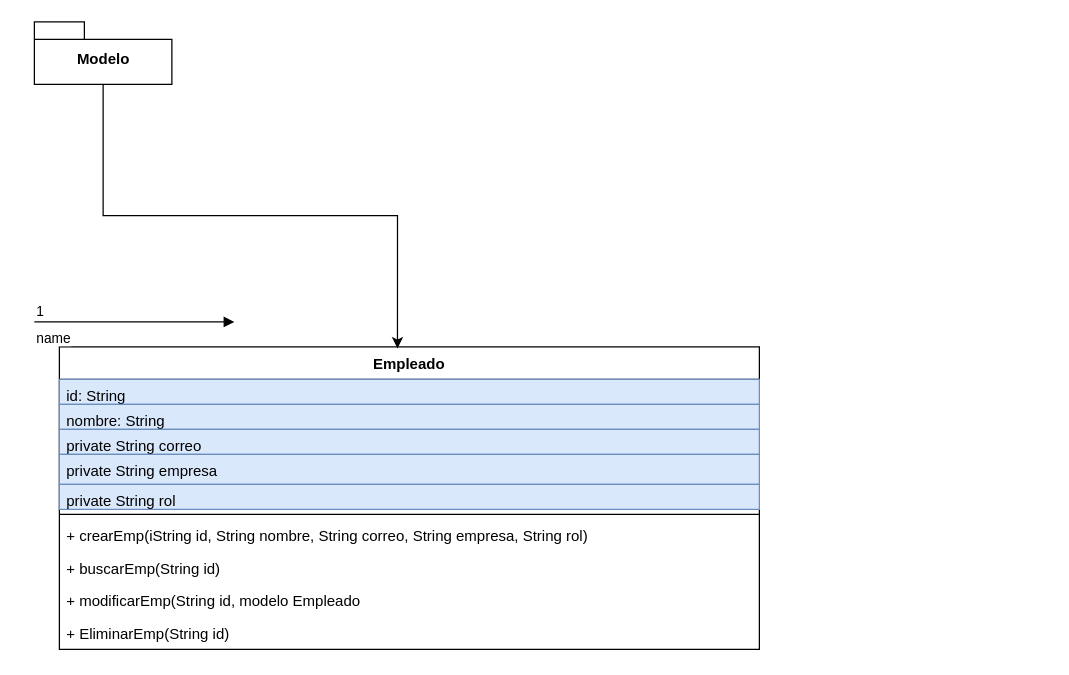
This is ModeladoEmpleado.drawio from creativemindsmintic/app, a draw.io file, before an edit. Source tidied: cells renumbered, new cells numbered last; positions are measured from the earlier drawing's top-left corner, leaving out a move shared by most shapes. Both pictures are drawn from the tidied source at 125%, with x=0, y=0 at pixel (34, 21).
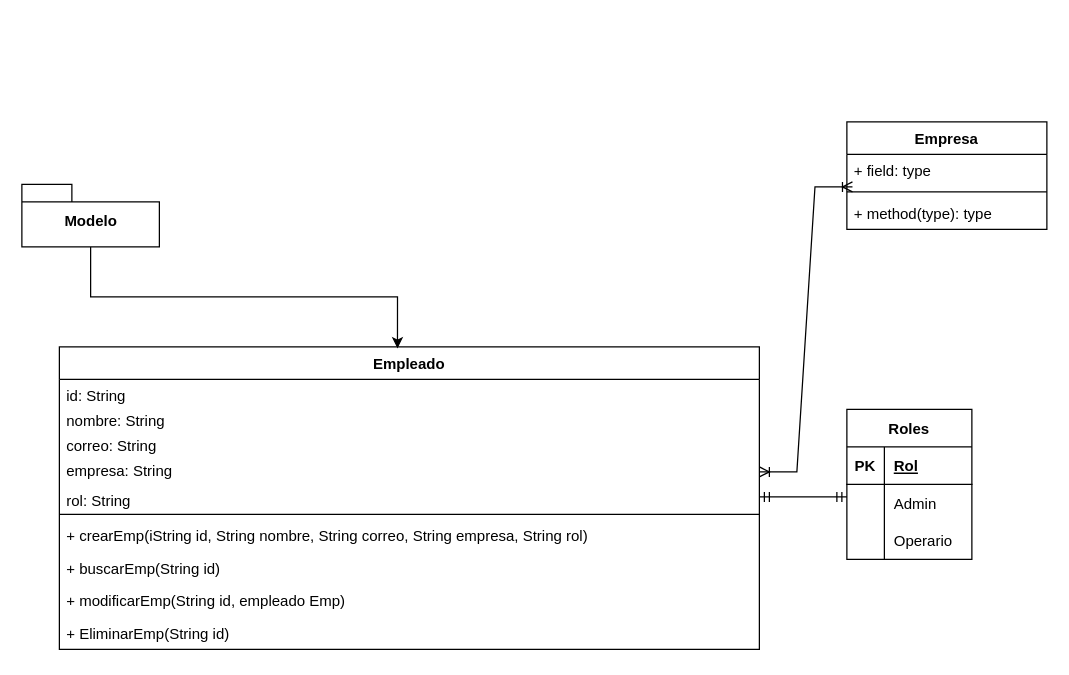
The same page after the edit.

Unchanged cells that the change refers to:
```xml
<mxCell id="2" value="Empleado" style="swimlane;fontStyle=1;align=center;verticalAlign=top;horizontal=1;startSize=26;" parent="1" vertex="1">
  <mxGeometry x="20" y="260" width="560" height="242" as="geometry" />
</mxCell>
```

Change to the diagram source:
```diff
@@
-    <mxCell id="3" value="id: String" style="text;strokeColor=#6c8ebf;fillColor=#dae8fc;align=left;verticalAlign=top;spacingLeft=4;spacingRight=4;overflow=hidden;" parent="2" vertex="1">
+    <mxCell id="3" value="id: String" style="text;align=left;verticalAlign=top;spacingLeft=4;spacingRight=4;overflow=hidden;" parent="2" vertex="1">
       <mxGeometry y="26" width="560" height="20" as="geometry" />
     </mxCell>
-    <mxCell id="4" value="nombre: String" style="text;strokeColor=#6c8ebf;fillColor=#dae8fc;align=left;verticalAlign=top;spacingLeft=4;spacingRight=4;overflow=hidden;" parent="2" vertex="1">
+    <mxCell id="4" value="nombre: String" style="text;align=left;verticalAlign=top;spacingLeft=4;spacingRight=4;overflow=hidden;" parent="2" vertex="1">
       <mxGeometry y="46" width="560" height="20" as="geometry" />
     </mxCell>
-    <mxCell id="5" value="private String correo&#10;" style="text;strokeColor=#6c8ebf;fillColor=#dae8fc;align=left;verticalAlign=top;spacingLeft=4;spacingRight=4;overflow=hidden;" parent="2" vertex="1">
+    <mxCell id="5" value="correo: String&#10;" style="text;align=left;verticalAlign=top;spacingLeft=4;spacingRight=4;overflow=hidden;" parent="2" vertex="1">
       <mxGeometry y="66" width="560" height="20" as="geometry" />
     </mxCell>
-    <mxCell id="6" value="private String empresa" style="text;strokeColor=#6c8ebf;fillColor=#dae8fc;align=left;verticalAlign=top;spacingLeft=4;spacingRight=4;overflow=hidden;" parent="2" vertex="1">
+    <mxCell id="6" value="empresa: String" style="text;align=left;verticalAlign=top;spacingLeft=4;spacingRight=4;overflow=hidden;" parent="2" vertex="1">
       <mxGeometry y="86" width="560" height="24" as="geometry" />
     </mxCell>
-    <mxCell id="7" value="private String rol" style="text;strokeColor=#6c8ebf;fillColor=#dae8fc;align=left;verticalAlign=top;spacingLeft=4;spacingRight=4;overflow=hidden;points=[[0,0.5],[1,0.5]];portConstraint=eastwest;" parent="2" vertex="1">
+    <mxCell id="7" value="rol: String" style="text;align=left;verticalAlign=top;spacingLeft=4;spacingRight=4;overflow=hidden;points=[[0,0.5],[1,0.5]];portConstraint=eastwest;" parent="2" vertex="1">
       <mxGeometry y="110" width="560" height="20" as="geometry" />
     </mxCell>
@@
-    <mxCell id="9" value="+ crearEmp(iString id, String nombre, String correo, String empresa, String rol)" style="text;strokeColor=none;fillColor=none;align=left;verticalAlign=top;spacingLeft=4;spacingRight=4;overflow=hidden;" parent="2" vertex="1">
+    <mxCell id="9" value="+ crearEmp(iString id, String nombre, String correo, String empresa, String rol)" style="text;align=left;verticalAlign=top;spacingLeft=4;spacingRight=4;overflow=hidden;" parent="2" vertex="1">
       <mxGeometry y="138" width="560" height="26" as="geometry" />
     </mxCell>
-    <mxCell id="10" value="+ buscarEmp(String id)" style="text;strokeColor=none;fillColor=none;align=left;verticalAlign=top;spacingLeft=4;spacingRight=4;overflow=hidden;" parent="2" vertex="1">
+    <mxCell id="10" value="+ buscarEmp(String id)" style="text;align=left;verticalAlign=top;spacingLeft=4;spacingRight=4;overflow=hidden;" parent="2" vertex="1">
       <mxGeometry y="164" width="560" height="26" as="geometry" />
     </mxCell>
-    <mxCell id="11" value="+ modificarEmp(String id, modelo Empleado" style="text;strokeColor=none;fillColor=none;align=left;verticalAlign=top;spacingLeft=4;spacingRight=4;overflow=hidden;" parent="2" vertex="1">
+    <mxCell id="11" value="+ modificarEmp(String id, empleado Emp)" style="text;align=left;verticalAlign=top;spacingLeft=4;spacingRight=4;overflow=hidden;" parent="2" vertex="1">
       <mxGeometry y="190" width="560" height="26" as="geometry" />
     </mxCell>
-    <mxCell id="12" value="+ EliminarEmp(String id)" style="text;strokeColor=none;fillColor=none;align=left;verticalAlign=top;spacingLeft=4;spacingRight=4;overflow=hidden;" parent="2" vertex="1">
+    <mxCell id="12" value="+ EliminarEmp(String id)" style="text;align=left;verticalAlign=top;spacingLeft=4;spacingRight=4;overflow=hidden;" parent="2" vertex="1">
       <mxGeometry y="216" width="560" height="26" as="geometry" />
     </mxCell>
@@
     <mxCell id="14" value="Modelo" style="shape=folder;fontStyle=1;spacingTop=10;tabWidth=40;tabHeight=14;tabPosition=left;html=1;" parent="1" vertex="1">
-      <mxGeometry width="110" height="50" as="geometry" />
+      <mxGeometry x="-10" y="130" width="110" height="50" as="geometry" />
     </mxCell>
-    <mxCell id="15" value="name" style="endArrow=block;endFill=1;html=1;edgeStyle=orthogonalEdgeStyle;align=left;verticalAlign=top;rounded=0;" parent="1" edge="1">
-      <mxGeometry x="-1" relative="1" as="geometry">
-        <mxPoint y="240" as="sourcePoint" />
-        <mxPoint x="160" y="240" as="targetPoint" />
-      </mxGeometry>
-    </mxCell>
-    <mxCell id="16" value="1" style="edgeLabel;html=1;align=left;verticalAlign=bottom;" parent="15" vertex="1">
-      <mxGeometry x="-1" relative="1" as="geometry" />
-    </mxCell>
+    <mxCell id="17" value="Empresa" style="swimlane;fontStyle=1;align=center;verticalAlign=top;horizontal=1;startSize=26;" parent="1" vertex="1">
+      <mxGeometry x="650" y="80" width="160" height="86" as="geometry" />
+    </mxCell>
+    <mxCell id="18" value="+ field: type" style="text;strokeColor=none;fillColor=none;align=left;verticalAlign=top;spacingLeft=4;spacingRight=4;overflow=hidden;points=[[0,0.5],[1,0.5]];portConstraint=eastwest;" parent="17" vertex="1">
+      <mxGeometry y="26" width="160" height="26" as="geometry" />
+    </mxCell>
+    <mxCell id="19" style="line;strokeWidth=1;fillColor=none;align=left;verticalAlign=middle;spacingTop=-1;spacingLeft=3;spacingRight=3;labelPosition=right;" parent="17" vertex="1">
+      <mxGeometry y="52" width="160" height="8" as="geometry" />
+    </mxCell>
+    <mxCell id="20" value="+ method(type): type" style="text;strokeColor=none;fillColor=none;align=left;verticalAlign=top;spacingLeft=4;spacingRight=4;overflow=hidden;" parent="17" vertex="1">
+      <mxGeometry y="60" width="160" height="26" as="geometry" />
+    </mxCell>
+    <mxCell id="21" value="Roles" style="shape=table;startSize=30;childLayout=tableLayout;rowLines=0;fontStyle=1;align=center;" parent="1" vertex="1">
+      <mxGeometry x="650" y="310" width="100" height="120" as="geometry" />
+    </mxCell>
+    <mxCell id="22" style="shape=tableRow;horizontal=0;startSize=0;swimlaneHead=0;swimlaneBody=0;fillColor=none;top=0;left=0;right=0;bottom=1;" parent="21" vertex="1">
+      <mxGeometry y="30" width="100" height="30" as="geometry" />
+    </mxCell>
+    <mxCell id="23" value="PK" style="shape=partialRectangle;fillColor=none;top=0;left=0;bottom=0;right=0;fontStyle=1;overflow=hidden;" parent="22" vertex="1">
+      <mxGeometry width="30" height="30" as="geometry" />
+    </mxCell>
+    <mxCell id="24" value="Rol" style="shape=partialRectangle;fillColor=none;top=0;left=0;bottom=0;right=0;align=left;spacingLeft=6;fontStyle=5;overflow=hidden;" parent="22" vertex="1">
+      <mxGeometry x="30" width="70" height="30" as="geometry" />
+    </mxCell>
+    <mxCell id="25" style="shape=tableRow;horizontal=0;startSize=0;swimlaneHead=0;swimlaneBody=0;fillColor=none;top=0;left=0;right=0;bottom=0;" parent="21" vertex="1">
+      <mxGeometry y="60" width="100" height="30" as="geometry" />
+    </mxCell>
+    <mxCell id="26" style="shape=partialRectangle;fillColor=none;top=0;left=0;bottom=0;right=0;overflow=hidden;" parent="25" vertex="1">
+      <mxGeometry width="30" height="30" as="geometry" />
+    </mxCell>
+    <mxCell id="27" value="Admin" style="shape=partialRectangle;fillColor=none;top=0;left=0;bottom=0;right=0;align=left;spacingLeft=6;overflow=hidden;" parent="25" vertex="1">
+      <mxGeometry x="30" width="70" height="30" as="geometry" />
+    </mxCell>
+    <mxCell id="28" style="shape=tableRow;horizontal=0;startSize=0;swimlaneHead=0;swimlaneBody=0;fillColor=none;top=0;left=0;right=0;bottom=0;" parent="21" vertex="1">
+      <mxGeometry y="90" width="100" height="30" as="geometry" />
+    </mxCell>
+    <mxCell id="29" style="shape=partialRectangle;fillColor=none;top=0;left=0;bottom=0;right=0;overflow=hidden;" parent="28" vertex="1">
+      <mxGeometry width="30" height="30" as="geometry" />
+    </mxCell>
+    <mxCell id="30" value="Operario" style="shape=partialRectangle;fillColor=none;top=0;left=0;bottom=0;right=0;align=left;spacingLeft=6;overflow=hidden;" parent="28" vertex="1">
+      <mxGeometry x="30" width="70" height="30" as="geometry" />
+    </mxCell>
+    <mxCell id="31" style="edgeStyle=entityRelationEdgeStyle;fontSize=12;html=1;endArrow=ERmandOne;startArrow=ERmandOne;rounded=0;exitX=1;exitY=0.5;exitDx=0;exitDy=0;" parent="1" edge="1" source="7">
+      <mxGeometry relative="1" as="geometry">
+        <mxPoint x="650" y="380" as="targetPoint" />
+      </mxGeometry>
+    </mxCell>
+    <mxCell id="32" style="edgeStyle=entityRelationEdgeStyle;fontSize=12;html=1;endArrow=ERoneToMany;startArrow=ERoneToMany;rounded=0;entryX=0.028;entryY=1;entryDx=0;entryDy=0;entryPerimeter=0;" parent="1" edge="1" target="18">
+      <mxGeometry relative="1" as="geometry">
+        <mxPoint x="580" y="360" as="sourcePoint" />
+      </mxGeometry>
+    </mxCell>
```
